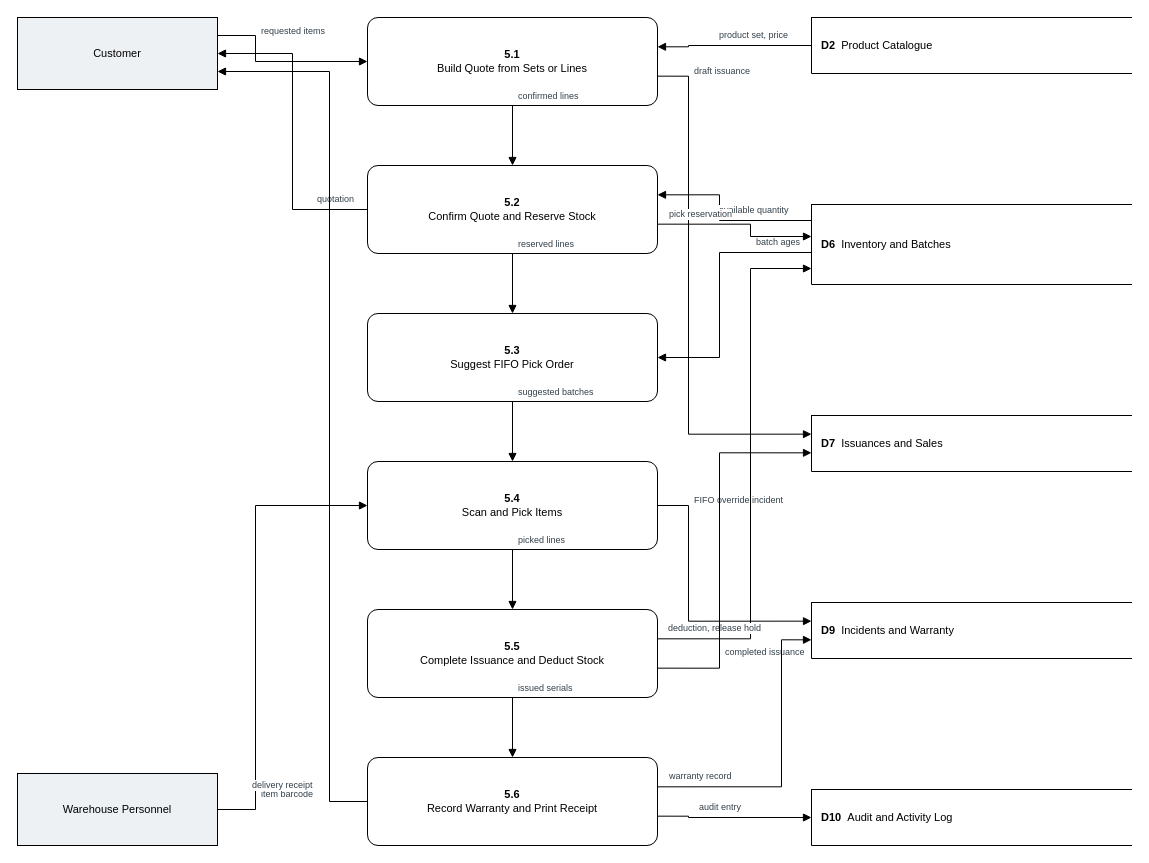
Before: docs/dfd-drawio-single/Level-2-Process-5-0-Issuance.drawio in GROUP34-AirkingCapsProj/group34, a draw.io diagram. Source tidied: cells renumbered, new cells numbered last; positions are measured from the earlier drawing's top-left corner, leaving out a move shared by most shapes. Both pictures are drawn from the tidied source at 100%, with x=0, y=0 at pixel (17, 17).
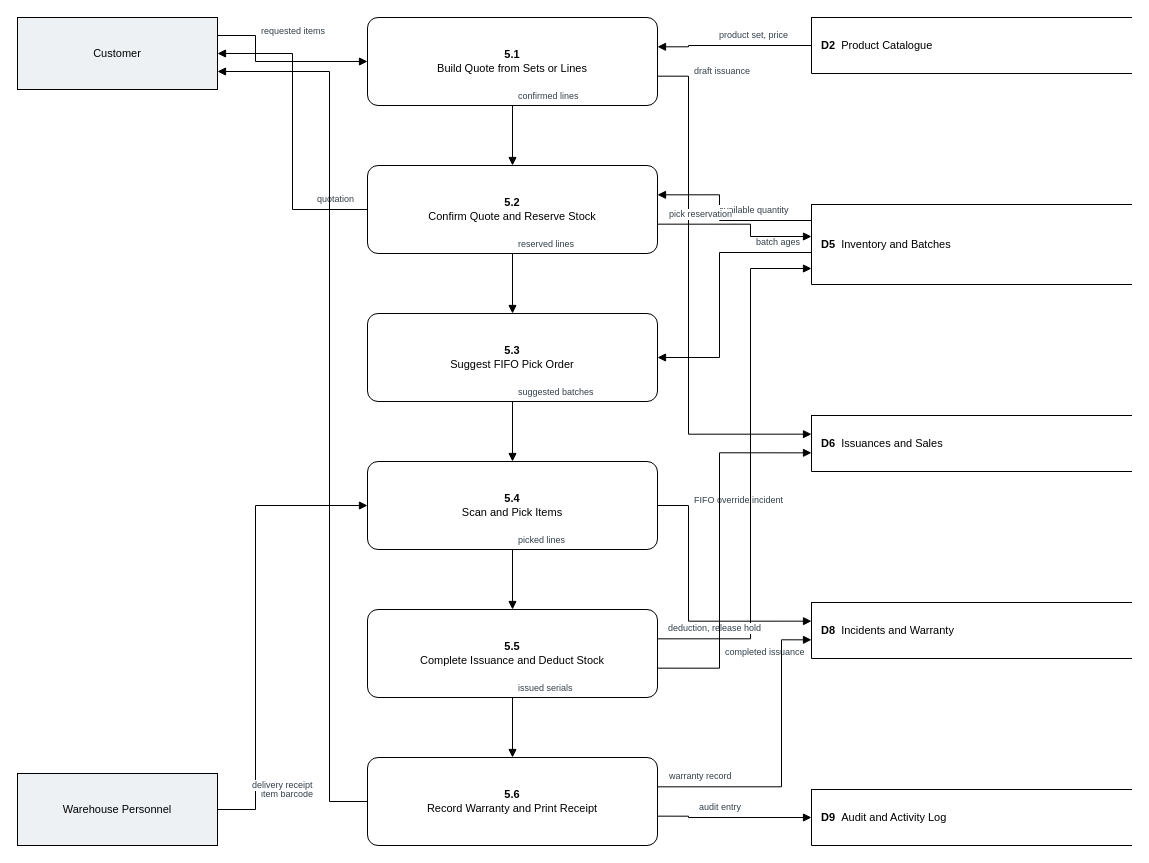
Above is the later version.

What changed in the source:
```diff
@@
-    <mxCell id="5" value="&lt;b&gt;D6&lt;/b&gt;&amp;nbsp;&amp;nbsp;Inventory and Batches" style="shape=partialRectangle;right=0;whiteSpace=wrap;html=1;fillColor=#ffffff;strokeColor=#000000;fontColor=#000000;fontSize=11;align=left;spacingLeft=8;" parent="1" vertex="1">
+    <mxCell id="5" value="&lt;b&gt;D5&lt;/b&gt;&amp;nbsp;&amp;nbsp;Inventory and Batches" style="shape=partialRectangle;right=0;whiteSpace=wrap;html=1;fillColor=#ffffff;strokeColor=#000000;fontColor=#000000;fontSize=11;align=left;spacingLeft=8;" parent="1" vertex="1">
       <mxGeometry x="794" y="187" width="320" height="80" as="geometry" />
     </mxCell>
-    <mxCell id="6" value="&lt;b&gt;D7&lt;/b&gt;&amp;nbsp;&amp;nbsp;Issuances and Sales" style="shape=partialRectangle;right=0;whiteSpace=wrap;html=1;fillColor=#ffffff;strokeColor=#000000;fontColor=#000000;fontSize=11;align=left;spacingLeft=8;" parent="1" vertex="1">
+    <mxCell id="6" value="&lt;b&gt;D6&lt;/b&gt;&amp;nbsp;&amp;nbsp;Issuances and Sales" style="shape=partialRectangle;right=0;whiteSpace=wrap;html=1;fillColor=#ffffff;strokeColor=#000000;fontColor=#000000;fontSize=11;align=left;spacingLeft=8;" parent="1" vertex="1">
       <mxGeometry x="794" y="398" width="320" height="56" as="geometry" />
     </mxCell>
-    <mxCell id="7" value="&lt;b&gt;D9&lt;/b&gt;&amp;nbsp;&amp;nbsp;Incidents and Warranty" style="shape=partialRectangle;right=0;whiteSpace=wrap;html=1;fillColor=#ffffff;strokeColor=#000000;fontColor=#000000;fontSize=11;align=left;spacingLeft=8;" parent="1" vertex="1">
+    <mxCell id="7" value="&lt;b&gt;D8&lt;/b&gt;&amp;nbsp;&amp;nbsp;Incidents and Warranty" style="shape=partialRectangle;right=0;whiteSpace=wrap;html=1;fillColor=#ffffff;strokeColor=#000000;fontColor=#000000;fontSize=11;align=left;spacingLeft=8;" parent="1" vertex="1">
       <mxGeometry x="794" y="585" width="320" height="56" as="geometry" />
     </mxCell>
-    <mxCell id="8" value="&lt;b&gt;D10&lt;/b&gt;&amp;nbsp;&amp;nbsp;Audit and Activity Log" style="shape=partialRectangle;right=0;whiteSpace=wrap;html=1;fillColor=#ffffff;strokeColor=#000000;fontColor=#000000;fontSize=11;align=left;spacingLeft=8;" parent="1" vertex="1">
+    <mxCell id="8" value="&lt;b&gt;D9&lt;/b&gt;&amp;nbsp;&amp;nbsp;Audit and Activity Log" style="shape=partialRectangle;right=0;whiteSpace=wrap;html=1;fillColor=#ffffff;strokeColor=#000000;fontColor=#000000;fontSize=11;align=left;spacingLeft=8;" parent="1" vertex="1">
       <mxGeometry x="794" y="772" width="320" height="56" as="geometry" />
     </mxCell>
```
